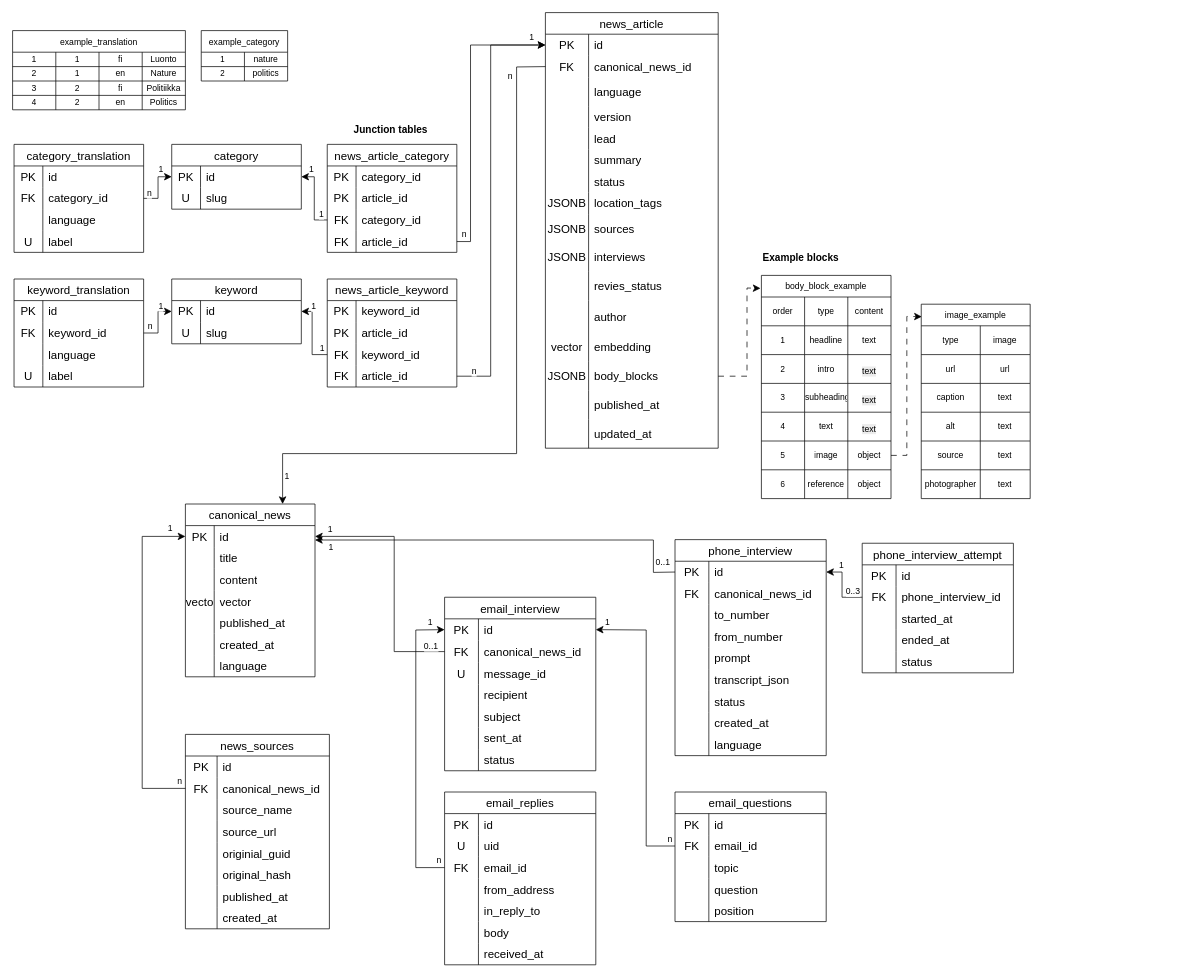
JoniHonkanen/newsroom_prototypes keeps this draw.io diagram as page "db" (3 of 3) of plan.drawio. Above is the earlier version. Source tidied: cells renumbered, new cells numbered last; positions are measured from the earlier drawing's top-left corner, leaving out a move shared by most shapes. Both pictures are drawn from the tidied source at 72%, with x=0, y=0 at pixel (12, 12).
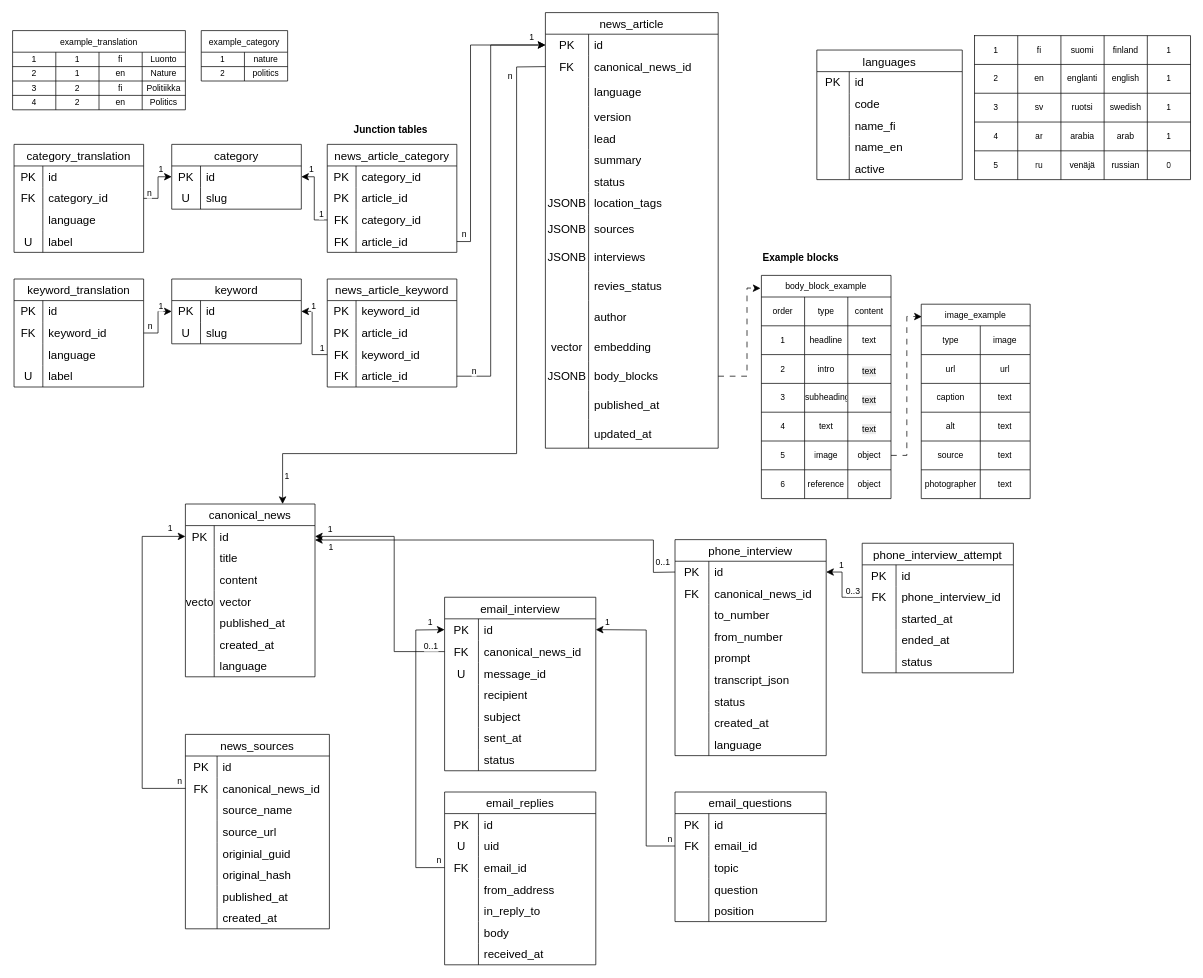
Above is the later version.

What changed in the source:
```diff
@@
+    <mxCell id="386" value="languages" style="shape=table;startSize=30;childLayout=tableLayout;rowLines=0;fontStyle=0;strokeColor=default;fontSize=16;" parent="1" vertex="1">
+      <mxGeometry x="1117" y="52" width="202" height="180" as="geometry" />
+    </mxCell>
+    <mxCell id="387" style="shape=tableRow;horizontal=0;startSize=0;swimlaneHead=0;swimlaneBody=0;top=0;left=0;bottom=0;right=0;fillColor=none;strokeColor=inherit;fontSize=16;" parent="386" vertex="1">
+      <mxGeometry y="30" width="202" height="30" as="geometry" />
+    </mxCell>
+    <mxCell id="388" value="PK" style="shape=partialRectangle;html=1;whiteSpace=wrap;fillColor=none;top=0;left=0;bottom=0;right=0;overflow=hidden;strokeColor=inherit;fontSize=16;" parent="387" vertex="1">
+      <mxGeometry width="45" height="30" as="geometry" />
+    </mxCell>
+    <mxCell id="389" value="id" style="shape=partialRectangle;html=1;whiteSpace=wrap;fillColor=none;top=0;left=0;bottom=0;right=0;align=left;spacingLeft=6;overflow=hidden;strokeColor=inherit;fontSize=16;" parent="387" vertex="1">
+      <mxGeometry x="45" width="157" height="30" as="geometry" />
+    </mxCell>
+    <mxCell id="390" style="shape=tableRow;horizontal=0;startSize=0;swimlaneHead=0;swimlaneBody=0;top=0;left=0;bottom=0;right=0;fillColor=none;strokeColor=inherit;fontSize=16;" parent="386" vertex="1">
+      <mxGeometry y="60" width="202" height="30" as="geometry" />
+    </mxCell>
+    <mxCell id="391" style="shape=partialRectangle;html=1;whiteSpace=wrap;fillColor=none;top=0;left=0;bottom=0;right=0;overflow=hidden;strokeColor=inherit;fontSize=16;" parent="390" vertex="1">
+      <mxGeometry width="45" height="30" as="geometry" />
+    </mxCell>
+    <mxCell id="392" value="code" style="shape=partialRectangle;html=1;whiteSpace=wrap;fillColor=none;top=0;left=0;bottom=0;right=0;align=left;spacingLeft=6;overflow=hidden;strokeColor=inherit;fontSize=16;" parent="390" vertex="1">
+      <mxGeometry x="45" width="157" height="30" as="geometry" />
+    </mxCell>
+    <mxCell id="393" style="shape=tableRow;horizontal=0;startSize=0;swimlaneHead=0;swimlaneBody=0;top=0;left=0;bottom=0;right=0;fillColor=none;strokeColor=inherit;fontSize=16;" parent="386" vertex="1">
+      <mxGeometry y="90" width="202" height="30" as="geometry" />
+    </mxCell>
+    <mxCell id="394" style="shape=partialRectangle;html=1;whiteSpace=wrap;fillColor=none;top=0;left=0;bottom=0;right=0;overflow=hidden;strokeColor=inherit;fontSize=16;" parent="393" vertex="1">
+      <mxGeometry width="45" height="30" as="geometry" />
+    </mxCell>
+    <mxCell id="395" value="name_fi" style="shape=partialRectangle;html=1;whiteSpace=wrap;fillColor=none;top=0;left=0;bottom=0;right=0;align=left;spacingLeft=6;overflow=hidden;strokeColor=inherit;fontSize=16;" parent="393" vertex="1">
+      <mxGeometry x="45" width="157" height="30" as="geometry" />
+    </mxCell>
+    <mxCell id="396" style="shape=tableRow;horizontal=0;startSize=0;swimlaneHead=0;swimlaneBody=0;top=0;left=0;bottom=0;right=0;fillColor=none;strokeColor=inherit;fontSize=16;" parent="386" vertex="1">
+      <mxGeometry y="120" width="202" height="30" as="geometry" />
+    </mxCell>
+    <mxCell id="397" style="shape=partialRectangle;html=1;whiteSpace=wrap;fillColor=none;top=0;left=0;bottom=0;right=0;overflow=hidden;strokeColor=inherit;fontSize=16;" parent="396" vertex="1">
+      <mxGeometry width="45" height="30" as="geometry" />
+    </mxCell>
+    <mxCell id="398" value="name_en" style="shape=partialRectangle;html=1;whiteSpace=wrap;fillColor=none;top=0;left=0;bottom=0;right=0;align=left;spacingLeft=6;overflow=hidden;strokeColor=inherit;fontSize=16;" parent="396" vertex="1">
+      <mxGeometry x="45" width="157" height="30" as="geometry" />
+    </mxCell>
+    <mxCell id="399" style="shape=tableRow;horizontal=0;startSize=0;swimlaneHead=0;swimlaneBody=0;top=0;left=0;bottom=0;right=0;fillColor=none;strokeColor=inherit;fontSize=16;" parent="386" vertex="1">
+      <mxGeometry y="150" width="202" height="30" as="geometry" />
+    </mxCell>
+    <mxCell id="400" style="shape=partialRectangle;html=1;whiteSpace=wrap;fillColor=none;top=0;left=0;bottom=0;right=0;overflow=hidden;strokeColor=inherit;fontSize=16;" parent="399" vertex="1">
+      <mxGeometry width="45" height="30" as="geometry" />
+    </mxCell>
+    <mxCell id="401" value="active" style="shape=partialRectangle;html=1;whiteSpace=wrap;fillColor=none;top=0;left=0;bottom=0;right=0;align=left;spacingLeft=6;overflow=hidden;strokeColor=inherit;fontSize=16;" parent="399" vertex="1">
+      <mxGeometry x="45" width="157" height="30" as="geometry" />
+    </mxCell>
+    <mxCell id="402" style="shape=table;startSize=0;childLayout=tableLayout;" parent="1" vertex="1">
+      <mxGeometry x="1336" y="32" width="300" height="200" as="geometry" />
+    </mxCell>
+    <mxCell id="403" style="shape=tableRow;horizontal=0;startSize=0;swimlaneHead=0;swimlaneBody=0;strokeColor=inherit;top=0;left=0;bottom=0;right=0;fillColor=none;" parent="402" vertex="1">
+      <mxGeometry width="300" height="40" as="geometry" />
+    </mxCell>
+    <mxCell id="404" value="1" style="shape=partialRectangle;html=1;whiteSpace=wrap;strokeColor=inherit;overflow=hidden;fillColor=none;top=0;left=0;bottom=0;right=0;" parent="403" vertex="1">
+      <mxGeometry width="60" height="40" as="geometry" />
+    </mxCell>
+    <mxCell id="405" value="fi" style="shape=partialRectangle;html=1;whiteSpace=wrap;strokeColor=inherit;overflow=hidden;fillColor=none;top=0;left=0;bottom=0;right=0;" parent="403" vertex="1">
+      <mxGeometry x="60" width="60" height="40" as="geometry" />
+    </mxCell>
+    <mxCell id="406" value="suomi" style="shape=partialRectangle;html=1;whiteSpace=wrap;strokeColor=inherit;overflow=hidden;fillColor=none;top=0;left=0;bottom=0;right=0;" parent="403" vertex="1">
+      <mxGeometry x="120" width="60" height="40" as="geometry" />
+    </mxCell>
+    <mxCell id="407" value="finland" style="shape=partialRectangle;html=1;whiteSpace=wrap;strokeColor=inherit;overflow=hidden;fillColor=none;top=0;left=0;bottom=0;right=0;" parent="403" vertex="1">
+      <mxGeometry x="180" width="60" height="40" as="geometry" />
+    </mxCell>
+    <mxCell id="408" value="1" style="shape=partialRectangle;html=1;whiteSpace=wrap;strokeColor=inherit;overflow=hidden;fillColor=none;top=0;left=0;bottom=0;right=0;" parent="403" vertex="1">
+      <mxGeometry x="240" width="60" height="40" as="geometry" />
+    </mxCell>
+    <mxCell id="409" style="shape=tableRow;horizontal=0;startSize=0;swimlaneHead=0;swimlaneBody=0;strokeColor=inherit;top=0;left=0;bottom=0;right=0;fillColor=none;" parent="402" vertex="1">
+      <mxGeometry y="40" width="300" height="40" as="geometry" />
+    </mxCell>
+    <mxCell id="410" value="2" style="shape=partialRectangle;html=1;whiteSpace=wrap;strokeColor=inherit;overflow=hidden;fillColor=none;top=0;left=0;bottom=0;right=0;" parent="409" vertex="1">
+      <mxGeometry width="60" height="40" as="geometry" />
+    </mxCell>
+    <mxCell id="411" value="en" style="shape=partialRectangle;html=1;whiteSpace=wrap;strokeColor=inherit;overflow=hidden;fillColor=none;top=0;left=0;bottom=0;right=0;" parent="409" vertex="1">
+      <mxGeometry x="60" width="60" height="40" as="geometry" />
+    </mxCell>
+    <mxCell id="412" value="englanti" style="shape=partialRectangle;html=1;whiteSpace=wrap;strokeColor=inherit;overflow=hidden;fillColor=none;top=0;left=0;bottom=0;right=0;" parent="409" vertex="1">
+      <mxGeometry x="120" width="60" height="40" as="geometry" />
+    </mxCell>
+    <mxCell id="413" value="english" style="shape=partialRectangle;html=1;whiteSpace=wrap;strokeColor=inherit;overflow=hidden;fillColor=none;top=0;left=0;bottom=0;right=0;" parent="409" vertex="1">
+      <mxGeometry x="180" width="60" height="40" as="geometry" />
+    </mxCell>
+    <mxCell id="414" value="1" style="shape=partialRectangle;html=1;whiteSpace=wrap;strokeColor=inherit;overflow=hidden;fillColor=none;top=0;left=0;bottom=0;right=0;" parent="409" vertex="1">
+      <mxGeometry x="240" width="60" height="40" as="geometry" />
+    </mxCell>
+    <mxCell id="415" style="shape=tableRow;horizontal=0;startSize=0;swimlaneHead=0;swimlaneBody=0;strokeColor=inherit;top=0;left=0;bottom=0;right=0;fillColor=none;" parent="402" vertex="1">
+      <mxGeometry y="80" width="300" height="40" as="geometry" />
+    </mxCell>
+    <mxCell id="416" value="3" style="shape=partialRectangle;html=1;whiteSpace=wrap;strokeColor=inherit;overflow=hidden;fillColor=none;top=0;left=0;bottom=0;right=0;" parent="415" vertex="1">
+      <mxGeometry width="60" height="40" as="geometry" />
+    </mxCell>
+    <mxCell id="417" value="sv" style="shape=partialRectangle;html=1;whiteSpace=wrap;strokeColor=inherit;overflow=hidden;fillColor=none;top=0;left=0;bottom=0;right=0;" parent="415" vertex="1">
+      <mxGeometry x="60" width="60" height="40" as="geometry" />
+    </mxCell>
+    <mxCell id="418" value="ruotsi" style="shape=partialRectangle;html=1;whiteSpace=wrap;strokeColor=inherit;overflow=hidden;fillColor=none;top=0;left=0;bottom=0;right=0;" parent="415" vertex="1">
+      <mxGeometry x="120" width="60" height="40" as="geometry" />
+    </mxCell>
+    <mxCell id="419" value="swedish" style="shape=partialRectangle;html=1;whiteSpace=wrap;strokeColor=inherit;overflow=hidden;fillColor=none;top=0;left=0;bottom=0;right=0;" parent="415" vertex="1">
+      <mxGeometry x="180" width="60" height="40" as="geometry" />
+    </mxCell>
+    <mxCell id="420" value="1" style="shape=partialRectangle;html=1;whiteSpace=wrap;strokeColor=inherit;overflow=hidden;fillColor=none;top=0;left=0;bottom=0;right=0;" parent="415" vertex="1">
+      <mxGeometry x="240" width="60" height="40" as="geometry" />
+    </mxCell>
+    <mxCell id="421" style="shape=tableRow;horizontal=0;startSize=0;swimlaneHead=0;swimlaneBody=0;strokeColor=inherit;top=0;left=0;bottom=0;right=0;fillColor=none;" parent="402" vertex="1">
+      <mxGeometry y="120" width="300" height="40" as="geometry" />
+    </mxCell>
+    <mxCell id="422" value="4" style="shape=partialRectangle;html=1;whiteSpace=wrap;strokeColor=inherit;overflow=hidden;fillColor=none;top=0;left=0;bottom=0;right=0;" parent="421" vertex="1">
+      <mxGeometry width="60" height="40" as="geometry" />
+    </mxCell>
+    <mxCell id="423" value="ar" style="shape=partialRectangle;html=1;whiteSpace=wrap;strokeColor=inherit;overflow=hidden;fillColor=none;top=0;left=0;bottom=0;right=0;" parent="421" vertex="1">
+      <mxGeometry x="60" width="60" height="40" as="geometry" />
+    </mxCell>
+    <mxCell id="424" value="arabia" style="shape=partialRectangle;html=1;whiteSpace=wrap;strokeColor=inherit;overflow=hidden;fillColor=none;top=0;left=0;bottom=0;right=0;" parent="421" vertex="1">
+      <mxGeometry x="120" width="60" height="40" as="geometry" />
+    </mxCell>
+    <mxCell id="425" value="arab" style="shape=partialRectangle;html=1;whiteSpace=wrap;strokeColor=inherit;overflow=hidden;fillColor=none;top=0;left=0;bottom=0;right=0;" parent="421" vertex="1">
+      <mxGeometry x="180" width="60" height="40" as="geometry" />
+    </mxCell>
+    <mxCell id="426" value="1" style="shape=partialRectangle;html=1;whiteSpace=wrap;strokeColor=inherit;overflow=hidden;fillColor=none;top=0;left=0;bottom=0;right=0;" parent="421" vertex="1">
+      <mxGeometry x="240" width="60" height="40" as="geometry" />
+    </mxCell>
+    <mxCell id="427" style="shape=tableRow;horizontal=0;startSize=0;swimlaneHead=0;swimlaneBody=0;strokeColor=inherit;top=0;left=0;bottom=0;right=0;fillColor=none;" parent="402" vertex="1">
+      <mxGeometry y="160" width="300" height="40" as="geometry" />
+    </mxCell>
+    <mxCell id="428" value="5" style="shape=partialRectangle;html=1;whiteSpace=wrap;strokeColor=inherit;overflow=hidden;fillColor=none;top=0;left=0;bottom=0;right=0;" parent="427" vertex="1">
+      <mxGeometry width="60" height="40" as="geometry" />
+    </mxCell>
+    <mxCell id="429" value="ru" style="shape=partialRectangle;html=1;whiteSpace=wrap;strokeColor=inherit;overflow=hidden;fillColor=none;top=0;left=0;bottom=0;right=0;" parent="427" vertex="1">
+      <mxGeometry x="60" width="60" height="40" as="geometry" />
+    </mxCell>
+    <mxCell id="430" value="venäjä" style="shape=partialRectangle;html=1;whiteSpace=wrap;strokeColor=inherit;overflow=hidden;fillColor=none;top=0;left=0;bottom=0;right=0;" parent="427" vertex="1">
+      <mxGeometry x="120" width="60" height="40" as="geometry" />
+    </mxCell>
+    <mxCell id="431" value="russian" style="shape=partialRectangle;html=1;whiteSpace=wrap;strokeColor=inherit;overflow=hidden;fillColor=none;top=0;left=0;bottom=0;right=0;" parent="427" vertex="1">
+      <mxGeometry x="180" width="60" height="40" as="geometry" />
+    </mxCell>
+    <mxCell id="432" value="0" style="shape=partialRectangle;html=1;whiteSpace=wrap;strokeColor=inherit;overflow=hidden;fillColor=none;top=0;left=0;bottom=0;right=0;" parent="427" vertex="1">
+      <mxGeometry x="240" width="60" height="40" as="geometry" />
+    </mxCell>
```
